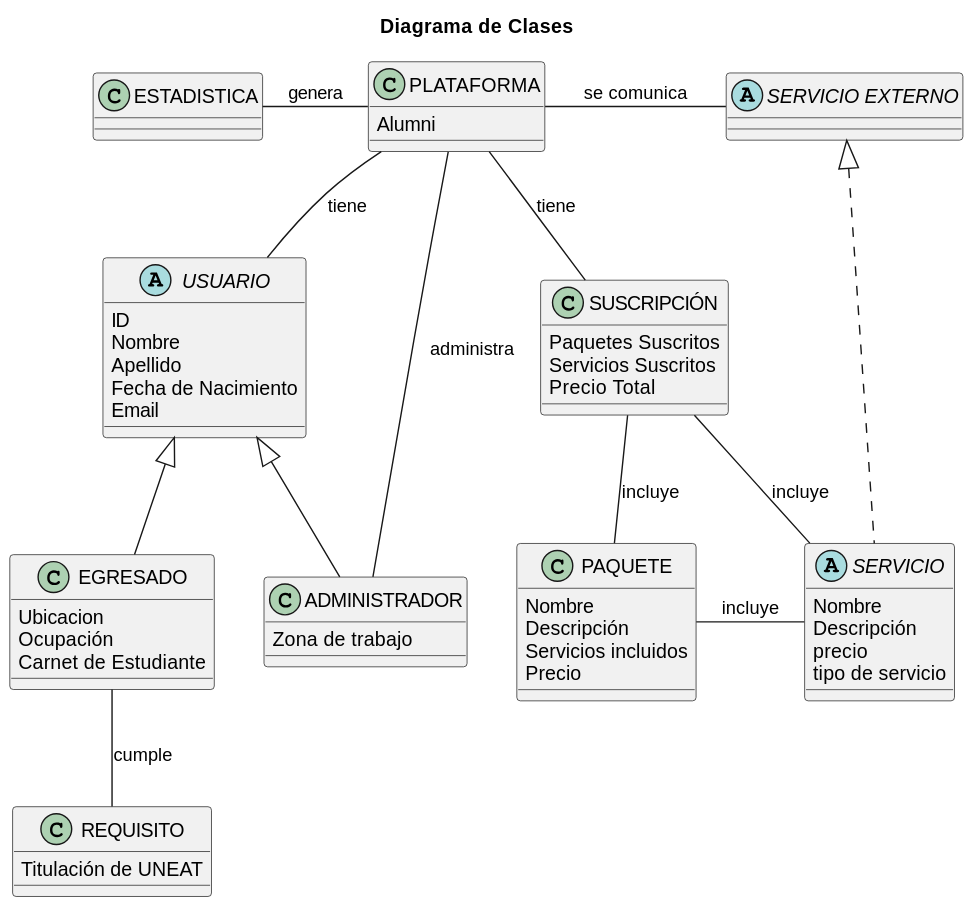
This is Modelo_de_Dominio/Diagramas_de_Clases/Diagramas_Finales/Cuarta_Iteración/Diagrama_de_Clases/Diagrama_de_Clases.svg from mmasias/23-24-IdSw1-SDR, a PlantUML export, as it was before one commit. Source of this version:
```plantuml
@startuml AumniClasses

title Diagrama de Clases

skinparam backgroundColor white
skinparam defaultFontName Arial

class PLATAFORMA
{
   Alumni
}

abstract "SERVICIO EXTERNO"

abstract USUARIO
{
    ID
    Nombre
    Apellido
    Fecha de Nacimiento
    Email
}

class EGRESADO
{
    Ubicacion
    Ocupación
    Carnet de Estudiante
}

class ADMINISTRADOR
{
    Zona de trabajo
}

class REQUISITO
{
    Titulación de UNEAT
}

class ESTADISTICA
{
}

class SUSCRIPCIÓN
{
    Paquetes Suscritos
    Servicios Suscritos
    Precio Total
}

class PAQUETE
{
    Nombre
    Descripción
    Servicios incluidos
    Precio
}

abstract SERVICIO
{
    Nombre
    Descripción
    precio
    tipo de servicio
}

PLATAFORMA -- USUARIO : tiene
PLATAFORMA -left ESTADISTICA : genera
PLATAFORMA -right- "SERVICIO EXTERNO" : se comunica
SERVICIO .up..|> "SERVICIO EXTERNO"
SUSCRIPCIÓN -up- PLATAFORMA : tiene
SUSCRIPCIÓN -- SERVICIO : incluye
EGRESADO -- REQUISITO : cumple
SUSCRIPCIÓN -- PAQUETE : incluye
PAQUETE - SERVICIO : incluye
USUARIO <|-- EGRESADO
USUARIO <|-- ADMINISTRADOR
ADMINISTRADOR -up- PLATAFORMA : administra

@enduml
```
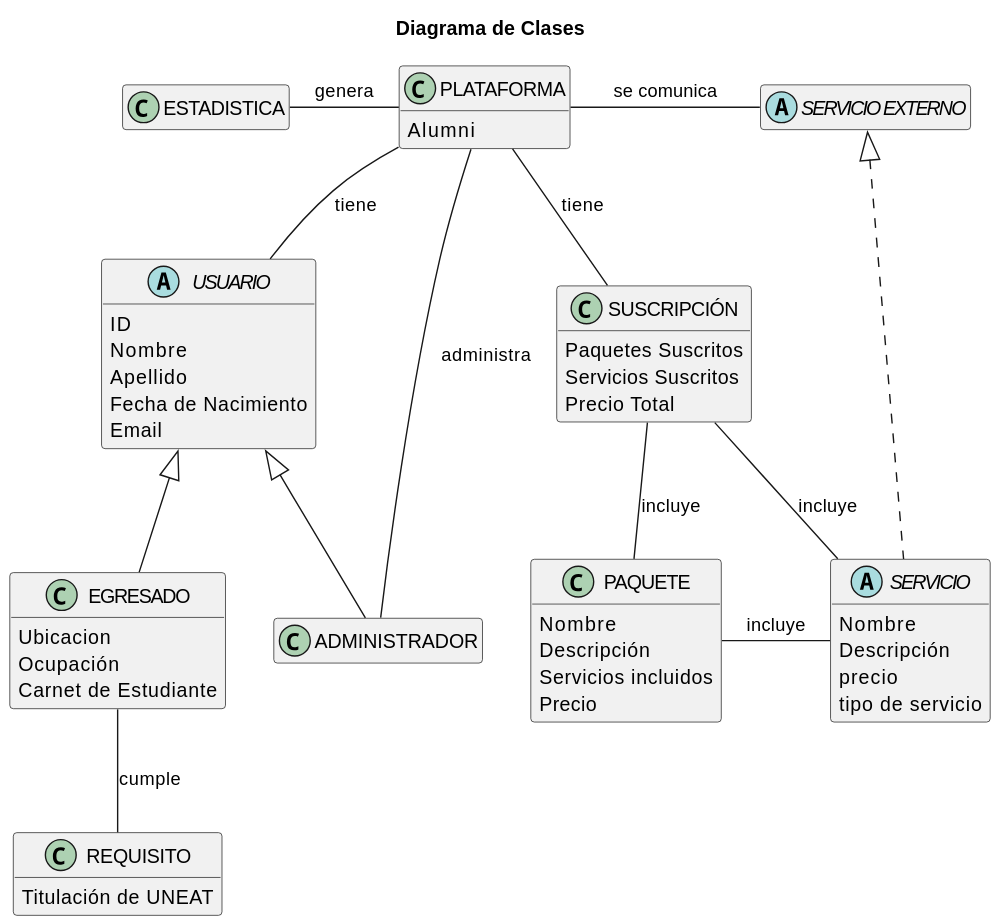
Above is the later version.

Commit message:
Hide empty members in Diagrama_de_Clases.puml

What changed in the source:
```diff
@@ -4,6 +4,8 @@
 
 skinparam backgroundColor white
 skinparam defaultFontName Arial
+
+hide empty members
 
 class PLATAFORMA
 {
@@ -30,7 +32,6 @@
 
 class ADMINISTRADOR
 {
-    Zona de trabajo
 }
 
 class REQUISITO
```
